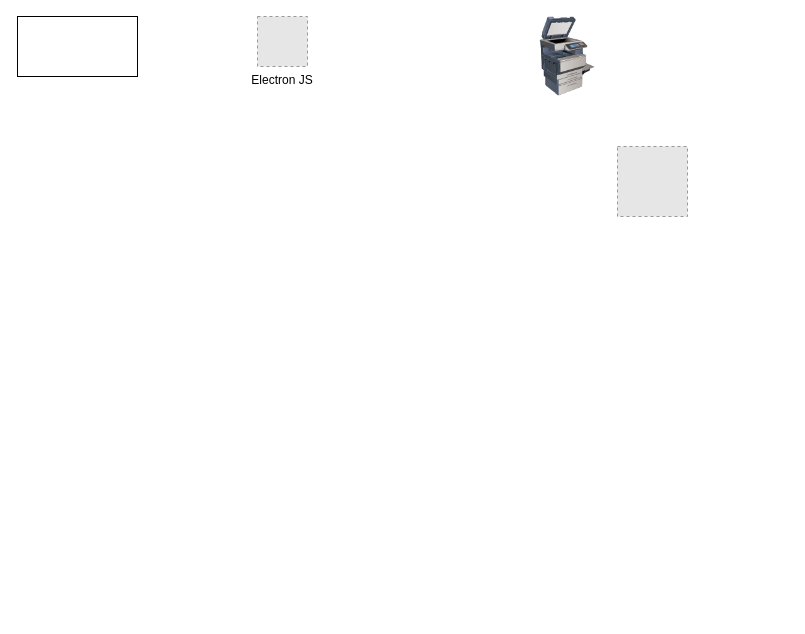
Before: Untitled Diagram.drawio in vaishnadpk/HomeGreen, a draw.io diagram. Source tidied: cells renumbered, new cells numbered last; positions are measured from the earlier drawing's top-left corner, leaving out a move shared by most shapes. Both pictures are drawn from the tidied source at 100%, with x=0, y=0 at pixel (17, 16). Pictures stored in the file or linked from it are replaced by grey dashed boxes.
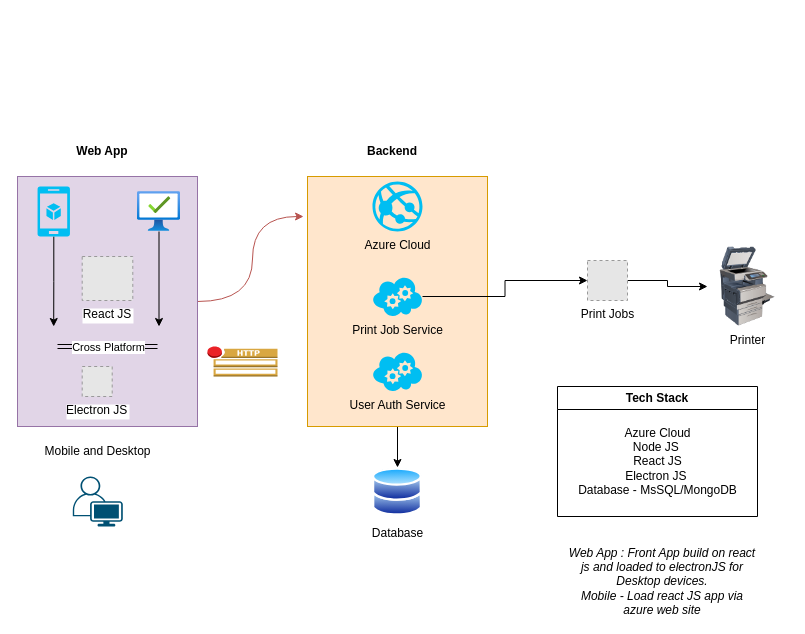
The same page after the edit.

Diff of the diagram source:
```diff
@@
-    <mxCell id="2" style="image;html=1;image=img/lib/clip_art/computers/Printer_Commercial_128x128.png;" parent="1" vertex="1">
-      <mxGeometry x="510" width="80" height="80" as="geometry" />
+    <mxCell id="2" value="Printer" style="image;html=1;image=img/lib/clip_art/computers/Printer_Commercial_128x128.png;" parent="1" vertex="1">
+      <mxGeometry x="690" y="230" width="80" height="80" as="geometry" />
     </mxCell>
+    <mxCell id="6" style="edgeStyle=orthogonalEdgeStyle;rounded=0;jettySize=auto;html=1;" parent="1" edge="1" source="3" target="2">
+      <mxGeometry relative="1" as="geometry" />
+    </mxCell>
-    <mxCell id="3" style="fillColor=#E6E6E6;strokeColor=#999999;dashed=1;html=1;verticalAlign=top;verticalLabelPosition=bottom;labelBackgroundColor=#ffffff;" parent="1" vertex="1">
-      <mxGeometry x="600" y="130" width="70" height="70" as="geometry" />
+    <mxCell id="3" value="Print Jobs" style="fillColor=#E6E6E6;strokeColor=#999999;dashed=1;html=1;verticalAlign=top;verticalLabelPosition=bottom;labelBackgroundColor=#ffffff;" parent="1" vertex="1">
+      <mxGeometry x="570" y="244" width="40" height="40" as="geometry" />
     </mxCell>
+    <mxCell id="7" style="edgeStyle=orthogonalEdgeStyle;rounded=0;jettySize=auto;html=1;entryX=-0.022;entryY=0.16;entryDx=0;entryDy=0;entryPerimeter=0;curved=1;fillColor=#f8cecc;strokeColor=#b85450;" parent="1" edge="1" source="4" target="13">
+      <mxGeometry relative="1" as="geometry" />
+    </mxCell>
-    <mxCell id="4" style="rounded=0;whiteSpace=wrap;html=1;" parent="1" vertex="1">
-      <mxGeometry width="120" height="60" as="geometry" />
+    <mxCell id="4" style="rounded=0;whiteSpace=wrap;html=1;fillColor=#e1d5e7;strokeColor=#9673a6;" parent="1" vertex="1">
+      <mxGeometry y="160" width="180" height="250" as="geometry" />
     </mxCell>
     <mxCell id="5" value="Electron JS" style="fillColor=#E6E6E6;strokeColor=#999999;dashed=1;verticalLabelPosition=bottom;labelBackgroundColor=default;verticalAlign=top;" parent="1" vertex="1">
-      <mxGeometry x="240" width="50" height="50" as="geometry" />
+      <mxGeometry x="64.7" y="350" width="30" height="30" as="geometry" />
     </mxCell>
+    <mxCell id="8" style="edgeStyle=orthogonalEdgeStyle;rounded=0;jettySize=auto;html=1;" parent="1" edge="1" source="9">
+      <mxGeometry relative="1" as="geometry">
+        <mxPoint x="36.2" y="310" as="targetPoint" />
+      </mxGeometry>
+    </mxCell>
+    <mxCell id="9" style="verticalLabelPosition=bottom;html=1;verticalAlign=top;align=center;strokeColor=none;fillColor=#00BEF2;shape=mxgraph.azure.mobile_services;" parent="1" vertex="1">
+      <mxGeometry x="20" y="170" width="32.5" height="50" as="geometry" />
+    </mxCell>
+    <mxCell id="10" style="edgeStyle=orthogonalEdgeStyle;rounded=0;jettySize=auto;html=1;" parent="1" edge="1" source="11">
+      <mxGeometry relative="1" as="geometry">
+        <mxPoint x="141.5" y="310" as="targetPoint" />
+      </mxGeometry>
+    </mxCell>
+    <mxCell id="11" style="image;html=1;points=[];align=center;fontSize=12;image=img/lib/azure2/management_governance/Managed_Desktop.svg;" parent="1" vertex="1">
+      <mxGeometry x="120" y="175" width="43" height="40" as="geometry" />
+    </mxCell>
+    <mxCell id="12" style="edgeStyle=orthogonalEdgeStyle;rounded=0;jettySize=auto;html=1;" parent="1" edge="1" source="13" target="21">
+      <mxGeometry relative="1" as="geometry" />
+    </mxCell>
+    <mxCell id="13" style="rounded=0;whiteSpace=wrap;html=1;fillColor=#ffe6cc;strokeColor=#d79b00;" parent="1" vertex="1">
+      <mxGeometry x="290" y="160" width="180" height="250" as="geometry" />
+    </mxCell>
+    <mxCell id="14" value="Azure Cloud" style="verticalLabelPosition=bottom;html=1;verticalAlign=top;align=center;strokeColor=none;fillColor=#00BEF2;shape=mxgraph.azure.azure_website;" parent="1" vertex="1">
+      <mxGeometry x="355" y="165" width="50" height="50" as="geometry" />
+    </mxCell>
+    <mxCell id="15" value="User Auth Service" style="verticalLabelPosition=bottom;html=1;verticalAlign=top;align=center;strokeColor=none;fillColor=#00BEF2;shape=mxgraph.azure.cloud_service;" parent="1" vertex="1">
+      <mxGeometry x="355" y="335" width="50" height="40" as="geometry" />
+    </mxCell>
+    <mxCell id="16" value="React JS" style="fillColor=#E6E6E6;strokeColor=#999999;dashed=1;verticalLabelPosition=bottom;labelBackgroundColor=default;verticalAlign=top;" parent="1" vertex="1">
+      <mxGeometry x="64.7" y="240" width="50.6" height="44" as="geometry" />
+    </mxCell>
+    <mxCell id="17" style="edgeStyle=orthogonalEdgeStyle;rounded=0;jettySize=auto;html=1;entryX=0;entryY=0.5;entryDx=0;entryDy=0;" parent="1" edge="1" source="18" target="3">
+      <mxGeometry relative="1" as="geometry" />
+    </mxCell>
+    <mxCell id="18" value="Print Job Service" style="verticalLabelPosition=bottom;html=1;verticalAlign=top;align=center;strokeColor=none;fillColor=#00BEF2;shape=mxgraph.azure.cloud_service;" parent="1" vertex="1">
+      <mxGeometry x="355" y="260" width="50" height="40" as="geometry" />
+    </mxCell>
+    <mxCell id="19" style="endArrow=classic;html=1;rounded=0;shape=link;" parent="1" edge="1">
+      <mxGeometry relative="1" as="geometry">
+        <mxPoint x="40" y="330" as="sourcePoint" />
+        <mxPoint x="140" y="330" as="targetPoint" />
+      </mxGeometry>
+    </mxCell>
+    <mxCell id="20" value="Cross Platform" style="edgeLabel;html=1;align=center;verticalAlign=middle;" parent="19" vertex="1">
+      <mxGeometry relative="1" as="geometry" />
+    </mxCell>
+    <mxCell id="21" value="Database" style="image;perimeter=ellipsePerimeter;html=1;align=center;shadow=0;dashed=0;spacingTop=3;image=img/lib/active_directory/databases.svg;" parent="1" vertex="1">
+      <mxGeometry x="355" y="451" width="50" height="49" as="geometry" />
+    </mxCell>
+    <mxCell id="22" value="Tech Stack" style="swimlane;whiteSpace=wrap;html=1;" parent="1" vertex="1">
+      <mxGeometry x="540" y="370" width="200" height="130" as="geometry" />
+    </mxCell>
+    <mxCell id="23" value="Azure Cloud&lt;br&gt;Node JS&amp;nbsp;&lt;br&gt;React JS&lt;br&gt;Electron JS&amp;nbsp;&lt;br&gt;Database - MsSQL/MongoDB" style="text;html=1;align=center;verticalAlign=middle;strokeColor=none;fillColor=none;" parent="22" vertex="1">
+      <mxGeometry x="10" y="30" width="180" height="90" as="geometry" />
+    </mxCell>
+    <mxCell id="24" value="&lt;b&gt;Web App&lt;/b&gt;" style="text;html=1;strokeColor=none;fillColor=none;align=center;verticalAlign=middle;whiteSpace=wrap;rounded=0;" parent="1" vertex="1">
+      <mxGeometry x="55.3" y="120" width="60" height="30" as="geometry" />
+    </mxCell>
+    <mxCell id="25" value="&lt;b&gt;Backend&lt;/b&gt;" style="text;html=1;strokeColor=none;fillColor=none;align=center;verticalAlign=middle;whiteSpace=wrap;rounded=0;" parent="1" vertex="1">
+      <mxGeometry x="345" y="120" width="60" height="30" as="geometry" />
+    </mxCell>
+    <mxCell id="26" style="dashed=0;verticalLabelPosition=bottom;verticalAlign=top;align=center;html=1;shape=mxgraph.aws3.http_notification;fillColor=#D9A741;gradientColor=none;" parent="1" vertex="1">
+      <mxGeometry x="190" y="330" width="70" height="30" as="geometry" />
+    </mxCell>
+    <mxCell id="27" value="Mobile and Desktop" style="text;html=1;align=center;verticalAlign=middle;strokeColor=none;fillColor=none;" parent="1" vertex="1">
+      <mxGeometry x="14.7" y="420" width="130" height="30" as="geometry" />
+    </mxCell>
+    <mxCell id="28" style="verticalLabelPosition=bottom;sketch=0;html=1;verticalAlign=top;align=center;shape=mxgraph.cisco19.user;fillColor=#005073;strokeColor=none;" parent="1" vertex="1">
+      <mxGeometry x="55.3" y="460" width="50" height="50" as="geometry" />
+    </mxCell>
+    <mxCell id="29" value="Web App : Front App build on react js and loaded to electronJS for Desktop devices.&lt;br&gt;Mobile - Load react JS app via azure web site" style="text;html=1;strokeColor=none;fillColor=none;align=center;verticalAlign=middle;whiteSpace=wrap;rounded=0;fontStyle=2;" parent="1" vertex="1">
+      <mxGeometry x="550" y="550" width="190" height="30" as="geometry" />
+    </mxCell>
```
